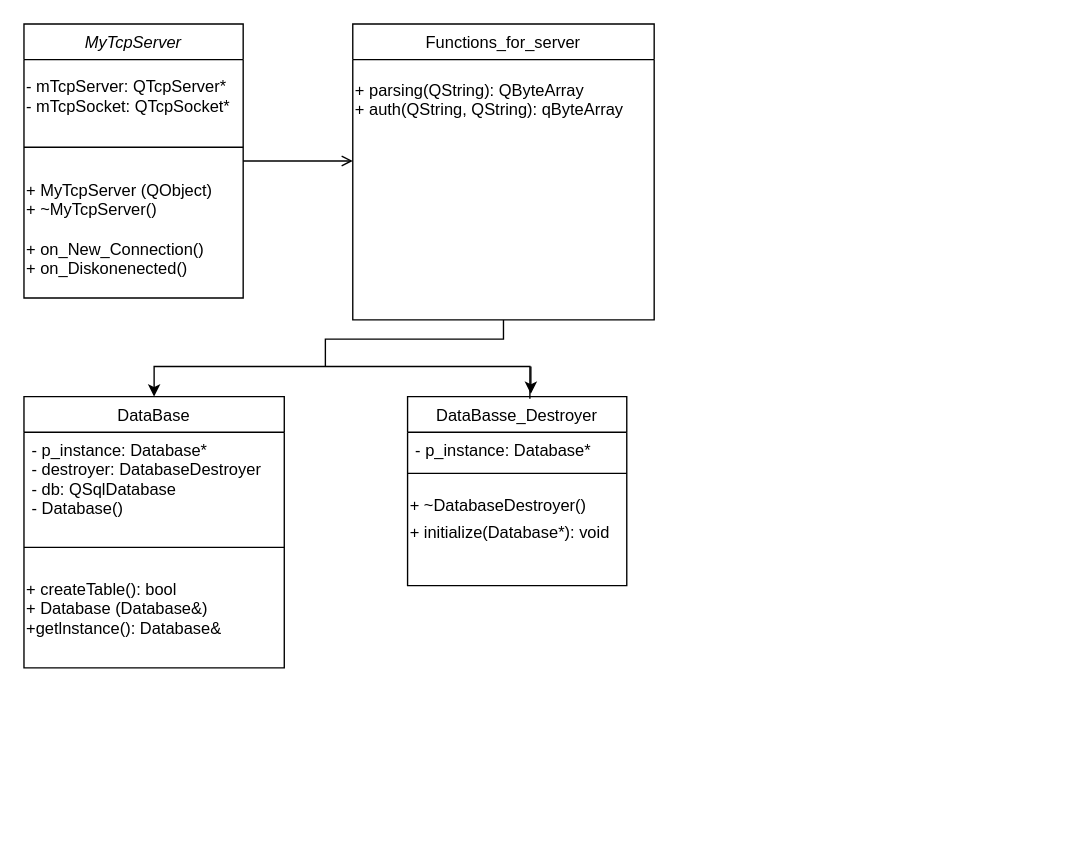
Before: Диаграмма классов.drawio in WvLadIck/TripLink, a draw.io diagram. Source tidied: cells renumbered, new cells numbered last; positions are measured from the earlier drawing's top-left corner, leaving out a move shared by most shapes. Both pictures are drawn from the tidied source at 137%, with x=0, y=0 at pixel (23, 23).
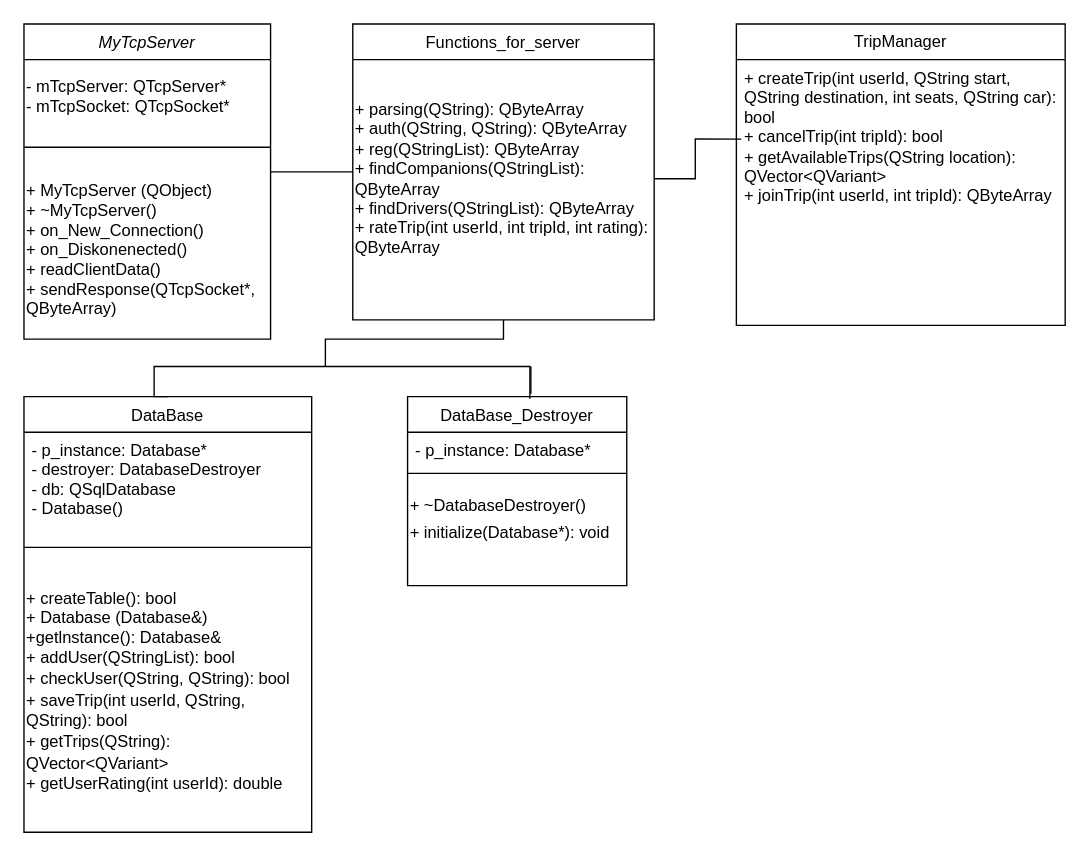
The same page after the edit.

Commit message:
Обновление Диаграмма классов сервера.drawio

The change refers to these unchanged cells:
```xml
<mxCell id="15" value="Functions_for_server" style="swimlane;fontStyle=0;align=center;verticalAlign=top;horizontal=1;startSize=26;rounded=0;shadow=0;strokeWidth=1;" parent="1" vertex="1">
  <mxGeometry x="240" width="220" height="216" as="geometry" />
</mxCell>
```

Diff of the diagram source:
```diff
@@
     <mxCell id="2" value="MyTcpServer" style="swimlane;fontStyle=2;align=center;verticalAlign=top;horizontal=1;startSize=26;rounded=0;shadow=0;strokeWidth=1;" parent="1" vertex="1">
-      <mxGeometry width="160" height="200" as="geometry" />
+      <mxGeometry width="180" height="230" as="geometry" />
     </mxCell>
     <mxCell id="3" value="- mTcpServer: QTcpServer*&lt;div&gt;- mTcpSocket: QTcpSocket*&lt;/div&gt;" style="text;html=1;align=left;verticalAlign=middle;whiteSpace=wrap;rounded=0;" parent="2" vertex="1">
-      <mxGeometry y="26" width="160" height="54" as="geometry" />
+      <mxGeometry y="26" width="180" height="54" as="geometry" />
     </mxCell>
     <mxCell id="4" style="line;html=1;strokeWidth=1;align=left;verticalAlign=middle;spacingTop=-1;spacingLeft=3;spacingRight=3;labelPosition=right;" parent="2" vertex="1">
-      <mxGeometry y="80" width="160" height="20" as="geometry" />
+      <mxGeometry y="80" width="180" height="20" as="geometry" />
     </mxCell>
-    <mxCell id="5" value="+ MyTcpServer (QObject)&lt;div&gt;+ ~MyTcpServer()&lt;/div&gt;&lt;div&gt;&lt;br&gt;&lt;/div&gt;&lt;div&gt;+ on_New_Connection()&lt;/div&gt;&lt;div&gt;+ on_Diskonenected()&lt;/div&gt;" style="text;html=1;align=left;verticalAlign=middle;whiteSpace=wrap;rounded=0;" parent="2" vertex="1">
-      <mxGeometry y="100" width="160" height="100" as="geometry" />
+    <mxCell id="5" value="+ MyTcpServer (QObject)&lt;div&gt;+ ~MyTcpServer()&lt;/div&gt;&lt;div&gt;+ on_New_Connection()&lt;/div&gt;&lt;div&gt;+ on_Diskonenected()&lt;/div&gt;&lt;div&gt;+ readClientData()&lt;/div&gt;&lt;div&gt;+ sendResponse(QTcpSocket*, QByteArray)&lt;/div&gt;" style="text;html=1;align=left;verticalAlign=middle;whiteSpace=wrap;rounded=0;" parent="2" vertex="1">
+      <mxGeometry y="100" width="180" height="130" as="geometry" />
     </mxCell>
     <mxCell id="6" value="DataBase" style="swimlane;fontStyle=0;align=center;verticalAlign=top;horizontal=1;startSize=26;rounded=0;shadow=0;strokeWidth=1;" parent="1" vertex="1">
-      <mxGeometry y="272" width="190" height="198" as="geometry" />
+      <mxGeometry y="272" width="210" height="318" as="geometry" />
     </mxCell>
     <mxCell id="7" value="- p_instance: Database*&#10;- destroyer: DatabaseDestroyer&#10;- db: QSqlDatabase&#10;- Database()" style="text;align=left;verticalAlign=top;spacingLeft=4;spacingRight=4;overflow=hidden;" parent="6" vertex="1">
-      <mxGeometry y="26" width="190" height="74" as="geometry" />
+      <mxGeometry y="26" width="210" height="74" as="geometry" />
     </mxCell>
     <mxCell id="8" style="line;html=1;strokeWidth=1;align=left;verticalAlign=middle;spacingTop=-1;spacingLeft=3;spacingRight=3;labelPosition=right;" parent="6" vertex="1">
-      <mxGeometry y="100" width="190" height="20" as="geometry" />
+      <mxGeometry y="100" width="210" height="20" as="geometry" />
     </mxCell>
-    <mxCell id="9" value="+ createTable(): bool&lt;div&gt;+ Database (Database&amp;amp;)&lt;/div&gt;&lt;div&gt;+getlnstance(): Database&amp;amp;&lt;/div&gt;" style="text;html=1;align=left;verticalAlign=middle;whiteSpace=wrap;rounded=0;" parent="6" vertex="1">
-      <mxGeometry y="120" width="190" height="70" as="geometry" />
+    <mxCell id="9" value="+ &lt;font face=&quot;Helvetica&quot;&gt;createTable(): bool&lt;/font&gt;&lt;div&gt;&lt;font face=&quot;Helvetica&quot;&gt;+ Database (Database&amp;amp;)&lt;/font&gt;&lt;/div&gt;&lt;div&gt;&lt;font face=&quot;Helvetica&quot;&gt;+getlnstance(): Database&amp;amp;&lt;/font&gt;&lt;/div&gt;&lt;div&gt;&lt;code style=&quot;background-color: transparent; color: light-dark(rgb(0, 0, 0), rgb(255, 255, 255));&quot;&gt;&lt;font face=&quot;Helvetica&quot;&gt;+ addUser(QStringList): bool&lt;/font&gt;&lt;/code&gt;&lt;/div&gt;&lt;div&gt;&lt;code style=&quot;background-color: transparent; color: light-dark(rgb(0, 0, 0), rgb(255, 255, 255));&quot;&gt;&lt;font face=&quot;Helvetica&quot;&gt;+ checkUser(QString, QString): bool&lt;/font&gt;&lt;/code&gt;&lt;/div&gt;&lt;div&gt;&lt;code style=&quot;background-color: transparent; color: light-dark(rgb(0, 0, 0), rgb(255, 255, 255));&quot;&gt;&lt;font face=&quot;Helvetica&quot;&gt;+ saveTrip(int userId, QString, QString): bool&lt;/font&gt;&lt;/code&gt;&lt;/div&gt;&lt;div&gt;&lt;code style=&quot;background-color: transparent; color: light-dark(rgb(0, 0, 0), rgb(255, 255, 255));&quot;&gt;&lt;font face=&quot;Helvetica&quot;&gt;+ getTrips(QString): QVector&amp;lt;QVariant&amp;gt;&lt;/font&gt;&lt;/code&gt;&lt;/div&gt;&lt;div&gt;&lt;span style=&quot;background-color: transparent; color: light-dark(rgb(0, 0, 0), rgb(255, 255, 255));&quot;&gt;&lt;font face=&quot;Helvetica&quot;&gt;+ getUserRating(int userId): double&lt;/font&gt;&lt;/span&gt;&lt;/div&gt;" style="text;html=1;align=left;verticalAlign=middle;whiteSpace=wrap;rounded=0;" parent="6" vertex="1">
+      <mxGeometry y="120" width="210" height="190" as="geometry" />
     </mxCell>
-    <mxCell id="10" value="DataBasse_Destroyer" style="swimlane;fontStyle=0;align=center;verticalAlign=top;horizontal=1;startSize=26;rounded=0;shadow=0;strokeWidth=1;" parent="1" vertex="1">
+    <mxCell id="10" value="DataBase_Destroyer" style="swimlane;fontStyle=0;align=center;verticalAlign=top;horizontal=1;startSize=26;rounded=0;shadow=0;strokeWidth=1;" parent="1" vertex="1">
       <mxGeometry x="280" y="272" width="160" height="138" as="geometry" />
     </mxCell>
@@
-    <mxCell id="14" style="edgeStyle=orthogonalEdgeStyle;rounded=0;jettySize=auto;html=1;exitX=0.558;exitY=0.011;exitDx=0;exitDy=0;entryX=0.5;entryY=0;entryDx=0;entryDy=0;exitPerimeter=0;" parent="1" edge="1" source="10" target="6">
+    <mxCell id="14" style="edgeStyle=orthogonalEdgeStyle;rounded=0;jettySize=auto;html=1;exitX=0.558;exitY=0.011;exitDx=0;exitDy=0;entryX=0.5;entryY=0;entryDx=0;entryDy=0;exitPerimeter=0;endArrow=none;startFill=0;" parent="1" edge="1" source="10" target="6">
       <mxGeometry relative="1" as="geometry">
         <Array as="points">
           <mxPoint x="369" y="250" />
           <mxPoint x="95" y="250" />
         </Array>
       </mxGeometry>
     </mxCell>
@@
-    <mxCell id="16" value="+ parsing(QString): QByteArray&lt;div&gt;+ auth(QString, QString): qByteArray&lt;/div&gt;&lt;div&gt;&lt;br&gt;&lt;/div&gt;" style="text;html=1;align=left;verticalAlign=middle;whiteSpace=wrap;rounded=0;" parent="15" vertex="1">
-      <mxGeometry y="26" width="220" height="74" as="geometry" />
+    <mxCell id="16" value="&lt;span style=&quot;color: light-dark(rgb(0, 0, 0), rgb(255, 255, 255)); background-color: transparent;&quot;&gt;+ parsing(QString): QByteArray&lt;/span&gt;&lt;br&gt;&lt;span style=&quot;color: light-dark(rgb(0, 0, 0), rgb(255, 255, 255)); background-color: transparent;&quot;&gt;+ auth(QString, QString): QByteArray&lt;/span&gt;&lt;br&gt;&lt;span style=&quot;color: light-dark(rgb(0, 0, 0), rgb(255, 255, 255)); background-color: transparent;&quot;&gt;+ reg(QStringList): QByteArray&lt;/span&gt;&lt;br&gt;&lt;span style=&quot;color: light-dark(rgb(0, 0, 0), rgb(255, 255, 255)); background-color: transparent;&quot;&gt;+ findCompanions(QStringList): QByteArray&lt;/span&gt;&lt;br&gt;&lt;span style=&quot;color: light-dark(rgb(0, 0, 0), rgb(255, 255, 255)); background-color: transparent;&quot;&gt;+ findDrivers(QStringList): QByteArray&lt;/span&gt;&lt;br&gt;&lt;div&gt;&lt;span style=&quot;background-color: transparent;&quot;&gt;&lt;font style=&quot;color: light-dark(rgb(0, 0, 0), rgb(255, 255, 255));&quot;&gt;+ rateTrip(int userId, int tripId, int rating): QByteArray&lt;/font&gt;&lt;/span&gt;&lt;/div&gt;" style="text;html=1;align=left;verticalAlign=middle;whiteSpace=wrap;rounded=0;" parent="15" vertex="1">
+      <mxGeometry y="26" width="220" height="174" as="geometry" />
     </mxCell>
-    <mxCell id="17" style="endArrow=open;shadow=0;strokeWidth=1;rounded=0;curved=0;endFill=1;edgeStyle=elbowEdgeStyle;elbow=vertical;" parent="1" edge="1" source="2" target="15">
+    <mxCell id="17" style="endArrow=none;shadow=0;strokeWidth=1;rounded=0;curved=0;endFill=1;edgeStyle=elbowEdgeStyle;elbow=vertical;startFill=0;" parent="1" edge="1" source="2" target="15">
       <mxGeometry x="0.5" y="41" relative="1" as="geometry">
         <mxPoint x="-40" y="32" as="offset" />
       </mxGeometry>
     </mxCell>
@@
-    <mxCell id="19" style="endArrow=classic;html=1;rounded=0;" parent="1" edge="1">
+    <mxCell id="19" style="endArrow=none;html=1;rounded=0;startFill=0;" parent="1" edge="1">
       <mxGeometry relative="1" as="geometry">
         <mxPoint x="370" y="250" as="sourcePoint" />
         <mxPoint x="370" y="270" as="targetPoint" />
       </mxGeometry>
     </mxCell>
+    <mxCell id="20" value="TripManager" style="swimlane;fontStyle=0;horizontal=1;startSize=26;fillColor=none;whiteSpace=wrap;html=1;" parent="1" vertex="1">
+      <mxGeometry x="520" width="240" height="220" as="geometry" />
+    </mxCell>
+    <mxCell id="21" value="+ createTrip(int userId, QString start, QString destination, int seats, QString car): bool&lt;div&gt;+ cancelTrip(int tripId): bool&lt;/div&gt;&lt;div&gt;+ getAvailableTrips(QString location): QVector&amp;lt;QVariant&amp;gt;&lt;/div&gt;&lt;div&gt;+&amp;nbsp;&lt;span style=&quot;background-color: transparent; color: light-dark(rgb(0, 0, 0), rgb(255, 255, 255));&quot;&gt;joinTrip(int userId, int tripId):&amp;nbsp;&lt;/span&gt;&lt;span style=&quot;background-color: transparent; color: light-dark(rgb(0, 0, 0), rgb(255, 255, 255));&quot;&gt;QByteArray&lt;/span&gt;&lt;span style=&quot;background-color: transparent; color: light-dark(rgb(0, 0, 0), rgb(255, 255, 255));&quot;&gt;&amp;nbsp;&lt;/span&gt;&lt;/div&gt;&lt;div&gt;&lt;br&gt;&lt;/div&gt;" style="text;strokeColor=none;fillColor=none;align=left;verticalAlign=top;spacingLeft=4;spacingRight=4;overflow=hidden;points=[[0,0.5],[1,0.5]];portConstraint=eastwest;whiteSpace=wrap;html=1;" parent="20" vertex="1">
+      <mxGeometry y="26" width="240" height="194" as="geometry" />
+    </mxCell>
+    <mxCell id="22" style="edgeStyle=orthogonalEdgeStyle;rounded=0;jettySize=auto;html=1;exitX=1;exitY=0.5;exitDx=0;exitDy=0;entryX=0.015;entryY=0.299;entryDx=0;entryDy=0;entryPerimeter=0;curved=0;endArrow=none;startFill=0;" parent="1" edge="1" source="16" target="21">
+      <mxGeometry relative="1" as="geometry" />
+    </mxCell>
```
